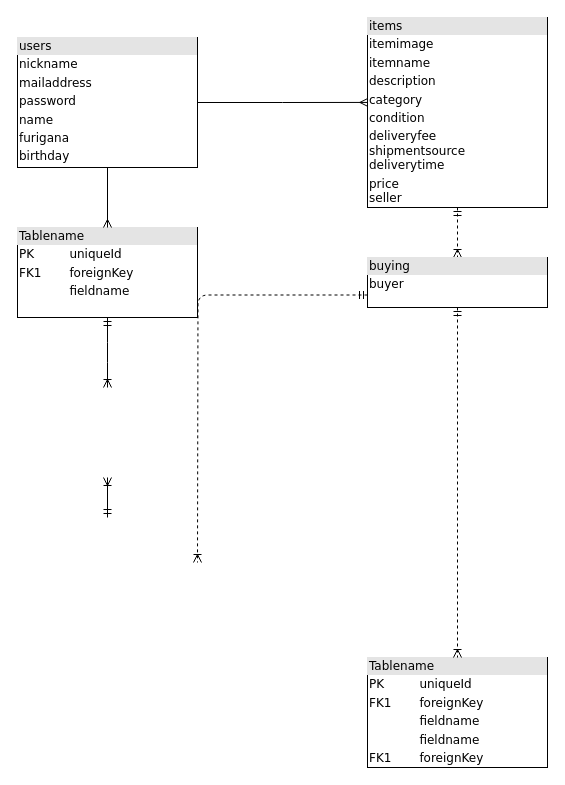
The draw.io diagram Untitled Diagram.drawio in eri2525/furima-29134, before the edit. Source tidied: cells renumbered, new cells numbered last; positions are measured from the earlier drawing's top-left corner, leaving out a move shared by most shapes. Both pictures are drawn from the tidied source at 100%, with x=0, y=0 at pixel (17, 17).
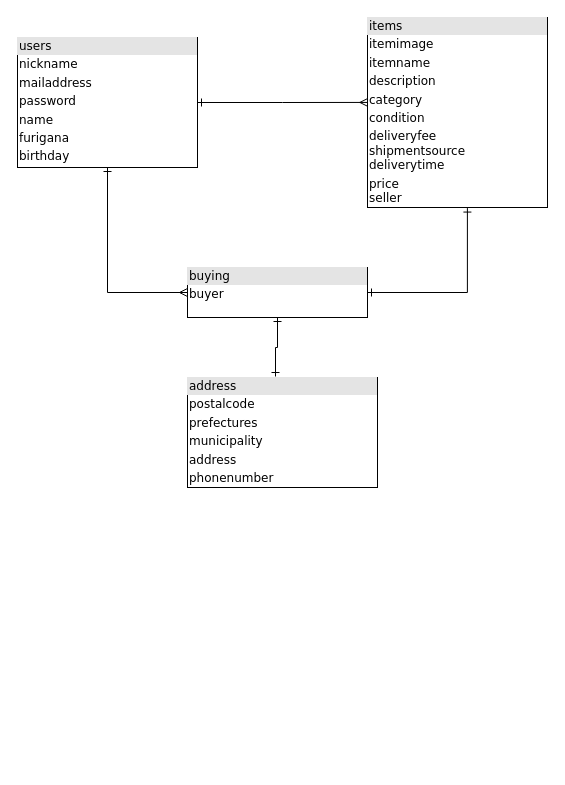
Above is the later version.

The edit, as a diff of the source:
```diff
@@
 <mxGraphModel background="#ffffff">
   <root>
     <mxCell id="0" />
     <mxCell id="1" parent="0" />
-    <mxCell id="2" style="edgeStyle=orthogonalEdgeStyle;rounded=0;jettySize=auto;html=1;exitX=1;exitY=0.5;exitDx=0;exitDy=0;entryX=0.002;entryY=0.447;entryDx=0;entryDy=0;entryPerimeter=0;endArrow=ERmany;endFill=0;" parent="1" edge="1" source="3" target="5">
+    <mxCell id="2" style="edgeStyle=orthogonalEdgeStyle;rounded=0;jettySize=auto;html=1;exitX=1;exitY=0.5;exitDx=0;exitDy=0;entryX=0.002;entryY=0.447;entryDx=0;entryDy=0;entryPerimeter=0;endArrow=ERmany;endFill=0;startArrow=ERone;startFill=0;" parent="1" edge="1" source="3" target="5">
       <mxGeometry relative="1" as="geometry" />
     </mxCell>
     <mxCell id="3" value="&lt;div style=&quot;box-sizing: border-box ; width: 100% ; background: #e4e4e4 ; padding: 2px&quot;&gt;users&lt;/div&gt;&lt;table style=&quot;width: 100% ; font-size: 1em&quot; cellpadding=&quot;2&quot; cellspacing=&quot;0&quot;&gt;&lt;tbody&gt;&lt;tr&gt;&lt;td&gt;nickname&lt;/td&gt;&lt;td&gt;&lt;/td&gt;&lt;/tr&gt;&lt;tr&gt;&lt;td&gt;mailaddress&lt;/td&gt;&lt;td&gt;&lt;/td&gt;&lt;/tr&gt;&lt;tr&gt;&lt;td&gt;password&lt;/td&gt;&lt;td&gt;&lt;/td&gt;&lt;/tr&gt;&lt;tr&gt;&lt;td&gt;name&lt;/td&gt;&lt;td&gt;&lt;br&gt;&lt;/td&gt;&lt;/tr&gt;&lt;tr&gt;&lt;td&gt;furigana&lt;/td&gt;&lt;td&gt;&lt;br&gt;&lt;/td&gt;&lt;/tr&gt;&lt;tr&gt;&lt;td&gt;birthday&lt;/td&gt;&lt;td&gt;&lt;br&gt;&lt;/td&gt;&lt;/tr&gt;&lt;/tbody&gt;&lt;/table&gt;" style="verticalAlign=top;align=left;overflow=fill;html=1;rounded=0;shadow=0;comic=0;labelBackgroundColor=none;strokeWidth=1;fontFamily=Verdana;fontSize=12;" parent="1" vertex="1">
       <mxGeometry y="20" width="180" height="130" as="geometry" />
     </mxCell>
-    <mxCell id="4" style="edgeStyle=orthogonalEdgeStyle;html=1;entryX=0.5;entryY=0;dashed=1;labelBackgroundColor=none;startArrow=ERmandOne;endArrow=ERoneToMany;fontFamily=Verdana;fontSize=12;align=left;" parent="1" edge="1" source="5" target="12">
-      <mxGeometry relative="1" as="geometry" />
-    </mxCell>
     <mxCell id="5" value="&lt;div style=&quot;box-sizing: border-box ; width: 100% ; background: #e4e4e4 ; padding: 2px&quot;&gt;items&lt;/div&gt;&lt;table style=&quot;width: 100% ; font-size: 1em&quot; cellpadding=&quot;2&quot; cellspacing=&quot;0&quot;&gt;&lt;tbody&gt;&lt;tr&gt;&lt;td&gt;itemimage&lt;/td&gt;&lt;td&gt;&lt;/td&gt;&lt;/tr&gt;&lt;tr&gt;&lt;td&gt;itemname&lt;/td&gt;&lt;td&gt;&lt;/td&gt;&lt;/tr&gt;&lt;tr&gt;&lt;td&gt;description&lt;/td&gt;&lt;td&gt;&lt;/td&gt;&lt;/tr&gt;&lt;tr&gt;&lt;td&gt;category&lt;/td&gt;&lt;td&gt;&lt;br&gt;&lt;/td&gt;&lt;/tr&gt;&lt;tr&gt;&lt;td&gt;condition&lt;/td&gt;&lt;td&gt;&lt;br&gt;&lt;/td&gt;&lt;/tr&gt;&lt;tr&gt;&lt;td&gt;deliveryfee&lt;br&gt;shipmentsource&lt;br&gt;deliverytime&lt;/td&gt;&lt;td&gt;&lt;br&gt;&lt;/td&gt;&lt;/tr&gt;&lt;tr&gt;&lt;td&gt;price&lt;br&gt;seller&lt;/td&gt;&lt;td&gt;&lt;br&gt;&lt;/td&gt;&lt;/tr&gt;&lt;/tbody&gt;&lt;/table&gt;" style="verticalAlign=top;align=left;overflow=fill;html=1;rounded=0;shadow=0;comic=0;labelBackgroundColor=none;strokeWidth=1;fontFamily=Verdana;fontSize=12;" parent="1" vertex="1">
       <mxGeometry x="350" width="180" height="190" as="geometry" />
     </mxCell>
-    <mxCell id="6" style="edgeStyle=orthogonalEdgeStyle;html=1;labelBackgroundColor=none;startArrow=ERmandOne;endArrow=ERoneToMany;fontFamily=Verdana;fontSize=12;align=left;" parent="1" edge="1">
-      <mxGeometry relative="1" as="geometry">
-        <mxPoint x="90" y="500" as="sourcePoint" />
-        <mxPoint x="90" y="460" as="targetPoint" />
-      </mxGeometry>
-    </mxCell>
-    <mxCell id="7" style="edgeStyle=orthogonalEdgeStyle;html=1;exitX=0;exitY=0.75;entryX=1;entryY=0.5;dashed=1;labelBackgroundColor=none;startArrow=ERmandOne;endArrow=ERoneToMany;fontFamily=Verdana;fontSize=12;align=left;" parent="1" edge="1" source="12">
-      <mxGeometry relative="1" as="geometry">
-        <mxPoint x="180" y="545" as="targetPoint" />
-      </mxGeometry>
-    </mxCell>
-    <mxCell id="8" style="edgeStyle=orthogonalEdgeStyle;html=1;entryX=0.5;entryY=0;labelBackgroundColor=none;startArrow=ERmandOne;endArrow=ERoneToMany;fontFamily=Verdana;fontSize=12;align=left;" parent="1" edge="1" source="9">
-      <mxGeometry relative="1" as="geometry">
-        <mxPoint x="90" y="370" as="targetPoint" />
-      </mxGeometry>
-    </mxCell>
-    <mxCell id="9" value="&lt;div style=&quot;box-sizing:border-box;width:100%;background:#e4e4e4;padding:2px;&quot;&gt;Tablename&lt;/div&gt;&lt;table style=&quot;width:100%;font-size:1em;&quot; cellpadding=&quot;2&quot; cellspacing=&quot;0&quot;&gt;&lt;tr&gt;&lt;td&gt;PK&lt;/td&gt;&lt;td&gt;uniqueId&lt;/td&gt;&lt;/tr&gt;&lt;tr&gt;&lt;td&gt;FK1&lt;/td&gt;&lt;td&gt;foreignKey&lt;/td&gt;&lt;/tr&gt;&lt;tr&gt;&lt;td&gt;&lt;/td&gt;&lt;td&gt;fieldname&lt;/td&gt;&lt;/tr&gt;&lt;/table&gt;" style="verticalAlign=top;align=left;overflow=fill;html=1;rounded=0;shadow=0;comic=0;labelBackgroundColor=none;strokeWidth=1;fontFamily=Verdana;fontSize=12;" parent="1" vertex="1">
-      <mxGeometry y="210" width="180" height="90" as="geometry" />
-    </mxCell>
-    <mxCell id="10" value="&lt;div style=&quot;box-sizing: border-box ; width: 100% ; background: #e4e4e4 ; padding: 2px&quot;&gt;Tablename&lt;/div&gt;&lt;table style=&quot;width: 100% ; font-size: 1em&quot; cellpadding=&quot;2&quot; cellspacing=&quot;0&quot;&gt;&lt;tbody&gt;&lt;tr&gt;&lt;td&gt;PK&lt;/td&gt;&lt;td&gt;uniqueId&lt;/td&gt;&lt;/tr&gt;&lt;tr&gt;&lt;td&gt;FK1&lt;/td&gt;&lt;td&gt;foreignKey&lt;/td&gt;&lt;/tr&gt;&lt;tr&gt;&lt;td&gt;&lt;/td&gt;&lt;td&gt;fieldname&lt;/td&gt;&lt;/tr&gt;&lt;tr&gt;&lt;td&gt;&lt;br&gt;&lt;/td&gt;&lt;td&gt;fieldname&lt;br&gt;&lt;/td&gt;&lt;/tr&gt;&lt;tr&gt;&lt;td&gt;FK1&lt;br&gt;&lt;/td&gt;&lt;td&gt;foreignKey&lt;br&gt;&lt;/td&gt;&lt;/tr&gt;&lt;/tbody&gt;&lt;/table&gt;" style="verticalAlign=top;align=left;overflow=fill;html=1;rounded=0;shadow=0;comic=0;labelBackgroundColor=none;strokeWidth=1;fontFamily=Verdana;fontSize=12;" parent="1" vertex="1">
-      <mxGeometry x="350" y="640" width="180" height="110" as="geometry" />
+    <mxCell id="10" value="&lt;div style=&quot;box-sizing: border-box ; width: 100% ; background: #e4e4e4 ; padding: 2px&quot;&gt;address&lt;/div&gt;&lt;table style=&quot;width: 100% ; font-size: 1em&quot; cellpadding=&quot;2&quot; cellspacing=&quot;0&quot;&gt;&lt;tbody&gt;&lt;tr&gt;&lt;td&gt;postalcode&lt;/td&gt;&lt;td&gt;&lt;/td&gt;&lt;/tr&gt;&lt;tr&gt;&lt;td&gt;prefectures&lt;/td&gt;&lt;td&gt;&lt;/td&gt;&lt;/tr&gt;&lt;tr&gt;&lt;td&gt;municipality&lt;/td&gt;&lt;td&gt;&lt;/td&gt;&lt;/tr&gt;&lt;tr&gt;&lt;td&gt;address&lt;/td&gt;&lt;td&gt;&lt;br&gt;&lt;/td&gt;&lt;/tr&gt;&lt;tr&gt;&lt;td&gt;phonenumber&lt;/td&gt;&lt;td&gt;&lt;br&gt;&lt;/td&gt;&lt;/tr&gt;&lt;/tbody&gt;&lt;/table&gt;" style="verticalAlign=top;align=left;overflow=fill;html=1;rounded=0;shadow=0;comic=0;labelBackgroundColor=none;strokeWidth=1;fontFamily=Verdana;fontSize=12;" parent="1" vertex="1">
+      <mxGeometry x="170" y="360" width="190" height="110" as="geometry" />
     </mxCell>
-    <mxCell id="11" style="edgeStyle=orthogonalEdgeStyle;html=1;entryX=0.5;entryY=0;labelBackgroundColor=none;startArrow=ERmandOne;endArrow=ERoneToMany;fontFamily=Verdana;fontSize=12;align=left;dashed=1;" parent="1" edge="1" source="12" target="10">
-      <mxGeometry relative="1" as="geometry" />
-    </mxCell>
+    <mxCell id="14" style="edgeStyle=orthogonalEdgeStyle;rounded=0;jettySize=auto;html=1;exitX=1;exitY=0.5;exitDx=0;exitDy=0;entryX=0.555;entryY=1.003;entryDx=0;entryDy=0;entryPerimeter=0;startArrow=ERone;startFill=0;endArrow=ERone;endFill=0;" parent="1" edge="1" source="12" target="5">
+      <mxGeometry relative="1" as="geometry" />
+    </mxCell>
+    <mxCell id="15" style="edgeStyle=orthogonalEdgeStyle;rounded=0;jettySize=auto;html=1;exitX=0;exitY=0.5;exitDx=0;exitDy=0;entryX=0.5;entryY=1;entryDx=0;entryDy=0;startArrow=ERmany;startFill=0;endArrow=ERone;endFill=0;" parent="1" edge="1" source="12" target="3">
+      <mxGeometry relative="1" as="geometry" />
+    </mxCell>
+    <mxCell id="16" style="edgeStyle=orthogonalEdgeStyle;rounded=0;jettySize=auto;html=1;exitX=0.5;exitY=1;exitDx=0;exitDy=0;startArrow=ERone;startFill=0;endArrow=ERone;endFill=0;" parent="1" edge="1" source="12">
+      <mxGeometry relative="1" as="geometry">
+        <mxPoint x="258" y="359" as="targetPoint" />
+        <Array as="points">
+          <mxPoint x="260" y="330" />
+          <mxPoint x="258" y="330" />
+        </Array>
+      </mxGeometry>
+    </mxCell>
     <mxCell id="12" value="&lt;div style=&quot;box-sizing: border-box ; width: 100% ; background: #e4e4e4 ; padding: 2px&quot;&gt;buying&lt;/div&gt;&lt;table style=&quot;width: 100% ; font-size: 1em&quot; cellpadding=&quot;2&quot; cellspacing=&quot;0&quot;&gt;&lt;tbody&gt;&lt;tr&gt;&lt;td&gt;buyer&lt;/td&gt;&lt;td&gt;&lt;/td&gt;&lt;/tr&gt;&lt;/tbody&gt;&lt;/table&gt;" style="verticalAlign=top;align=left;overflow=fill;html=1;rounded=0;shadow=0;comic=0;labelBackgroundColor=none;strokeWidth=1;fontFamily=Verdana;fontSize=12;" parent="1" vertex="1">
-      <mxGeometry x="350" y="240" width="180" height="50" as="geometry" />
+      <mxGeometry x="170" y="250" width="180" height="50" as="geometry" />
     </mxCell>
-    <mxCell id="13" style="edgeStyle=orthogonalEdgeStyle;html=1;endArrow=ERmany;startArrow=none;labelBackgroundColor=none;fontFamily=Verdana;fontSize=12;align=left;exitX=0.5;exitY=1;entryX=0.5;entryY=0;endFill=0;startFill=0;" parent="1" edge="1" source="3" target="9">
-      <mxGeometry relative="1" as="geometry" />
-    </mxCell>
   </root>
 </mxGraphModel>
```
